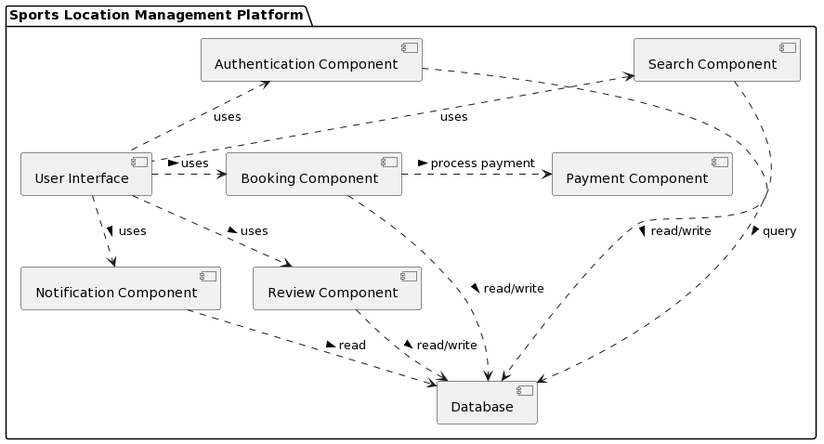
This is Lab 3/UML component diagram.png from Mishok7889/sport_location_manager, a PlantUML export, as it was before one commit. Its diagram source:
```plantuml
@startuml
package "Sports Location Management Platform" {

    [User Interface] as UI
    [Authentication Component] as Auth
    [Search Component] as Search
    [Booking Component] as Booking
    [Review Component] as Review
    [Notification Component] as Notify
    [Payment Component] as Payment
    [Database] as DB

    UI .up.> Auth : uses >
    UI .up.> Search : uses >
    UI .right.> Booking : uses >
    UI .down.> Review : uses >
    UI .down.> Notify : uses >

    Auth .down.> DB : read/write >
    Search .down.> DB : query >
    Booking .down.> DB : read/write >
    Booking .right.> Payment : process payment >
    Review .down.> DB : read/write >
    Notify .down.> DB : read >

}
@enduml
```
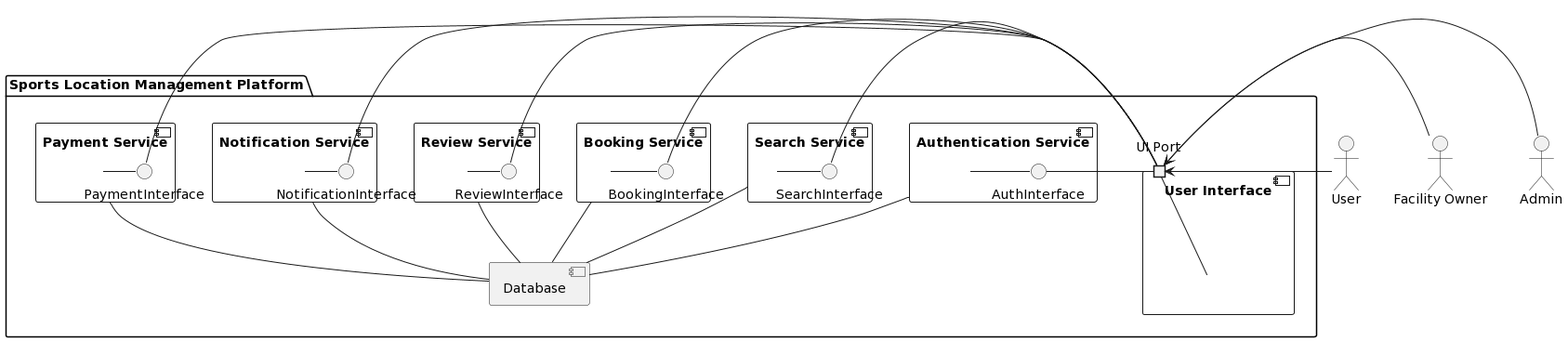
Above is the later version.

Change to the diagram source:
```diff
@@ -1,27 +1,70 @@
 @startuml
 package "Sports Location Management Platform" {
 
-    [User Interface] as UI
-    [Authentication Component] as Auth
-    [Search Component] as Search
-    [Booking Component] as Booking
-    [Review Component] as Review
-    [Notification Component] as Notify
-    [Payment Component] as Payment
-    [Database] as DB
+    component "User Interface" as UI {
+        port "UI Port" as UIPort
+    }
 
-    UI .up.> Auth : uses >
-    UI .up.> Search : uses >
-    UI .right.> Booking : uses >
-    UI .down.> Review : uses >
-    UI .down.> Notify : uses >
+    component "Authentication Service" as Auth {
+        interface "AuthInterface" as AuthIface
+    }
 
-    Auth .down.> DB : read/write >
-    Search .down.> DB : query >
-    Booking .down.> DB : read/write >
-    Booking .right.> Payment : process payment >
-    Review .down.> DB : read/write >
-    Notify .down.> DB : read >
+    component "Search Service" as Search {
+        interface "SearchInterface" as SearchIface
+    }
+
+    component "Booking Service" as Booking {
+        interface "BookingInterface" as BookingIface
+    }
+
+    component "Review Service" as Review {
+        interface "ReviewInterface" as ReviewIface
+    }
+
+    component "Notification Service" as Notification {
+        interface "NotificationInterface" as NotificationIface
+    }
+
+    component "Payment Service" as Payment {
+        interface "PaymentInterface" as PaymentIface
+    }
+
+    component "Database" as DB {
+    }
+
+    AuthIface - Auth
+    AuthIface -right- UIPort
+
+    SearchIface - Search
+    SearchIface -right- UIPort
+
+    BookingIface - Booking
+    BookingIface -right- UIPort
+
+    ReviewIface - Review
+    ReviewIface -right- UIPort
+
+    NotificationIface - Notification
+    NotificationIface -right- UIPort
+
+    PaymentIface - Payment
+    PaymentIface -right- UIPort
+
+    UIPort -right- UI
+    Auth -down- DB
+    Search -down- DB
+    Booking -down- DB
+    Review -down- DB
+    Notification -down- DB
+    Payment -down- DB
 
 }
+
+actor "User" as User
+actor "Facility Owner" as Owner
+actor "Admin" as Admin
+
+User -right-> UIPort
+Owner -right-> UIPort
+Admin -right-> UIPort
 @enduml
```
